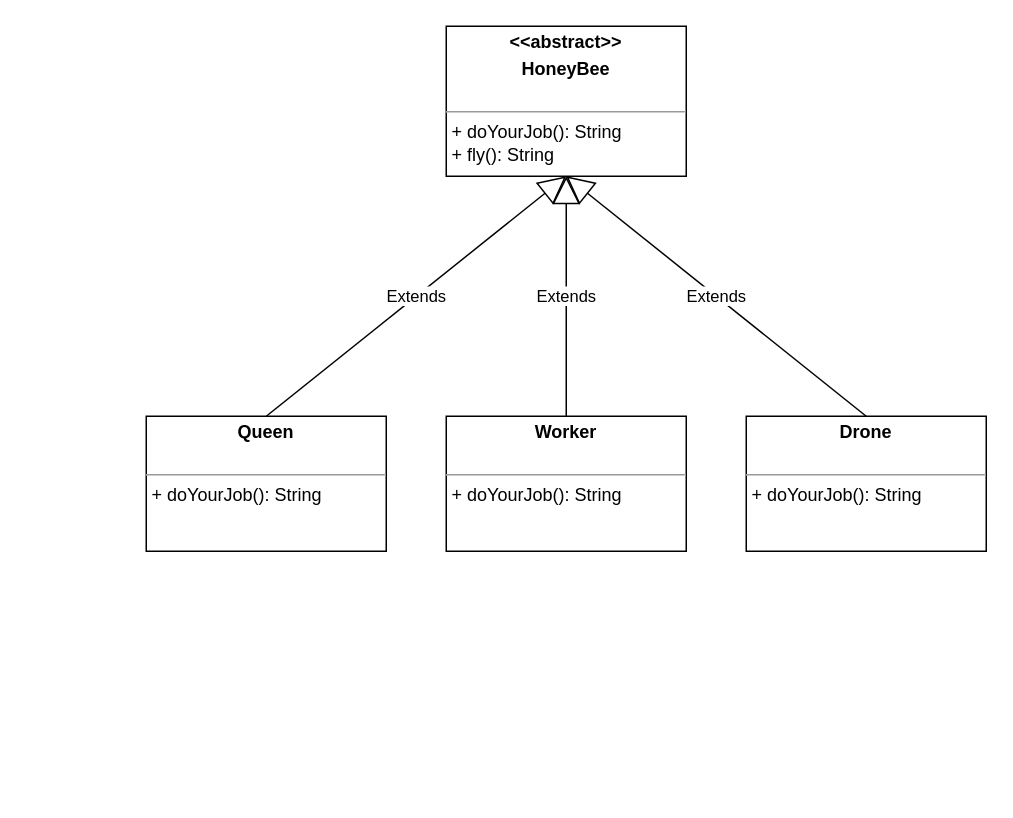
The draw.io diagram page "HoneyBee_2" (2 of 2) of honeybee.drawio in Indu1284/08_Interfaces, before the edit. Source tidied: cells renumbered, new cells numbered last; positions are measured from the earlier drawing's top-left corner, leaving out a move shared by most shapes. Both pictures are drawn from the tidied source at 150%, with x=0, y=0 at pixel (146, 26).
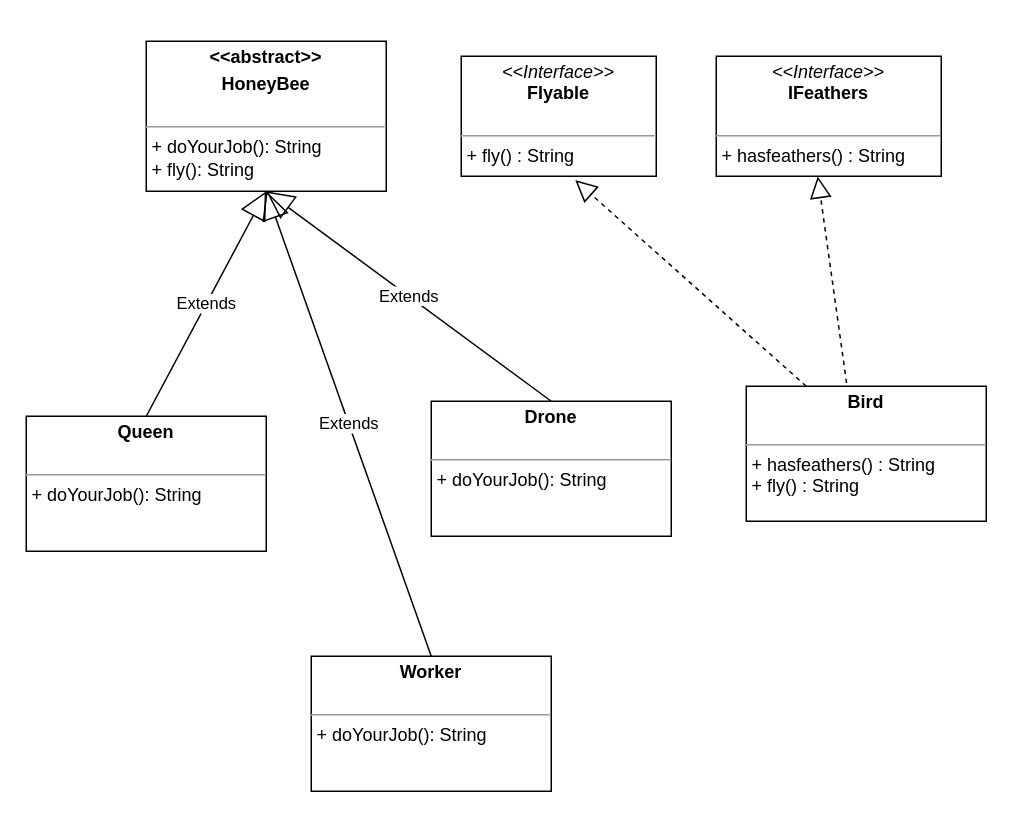
The same page after the edit.

The edit, as a diff of the source:
```diff
@@
 <mxGraphModel>
   <root>
     <mxCell id="0" />
     <mxCell id="1" parent="0" />
     <mxCell id="2" value="&lt;p style=&quot;margin: 0px ; margin-top: 4px ; text-align: center&quot;&gt;&lt;b&gt;&amp;lt;&amp;lt;abstract&amp;gt;&amp;gt;&lt;/b&gt;&lt;/p&gt;&lt;p style=&quot;margin: 0px ; margin-top: 4px ; text-align: center&quot;&gt;&lt;b&gt;HoneyBee&lt;/b&gt;&lt;/p&gt;&lt;p style=&quot;margin: 0px ; margin-left: 4px&quot;&gt;&lt;br&gt;&lt;/p&gt;&lt;hr size=&quot;1&quot;&gt;&lt;p style=&quot;margin: 0px ; margin-left: 4px&quot;&gt;+ doYourJob(): String&lt;/p&gt;&lt;p style=&quot;margin: 0px ; margin-left: 4px&quot;&gt;+ fly(): String&lt;/p&gt;" style="verticalAlign=top;align=left;overflow=fill;fontSize=12;fontFamily=Helvetica;html=1;" parent="1" vertex="1">
-      <mxGeometry x="200" width="160" height="100" as="geometry" />
+      <mxGeometry y="10" width="160" height="100" as="geometry" />
     </mxCell>
     <mxCell id="3" value="&lt;p style=&quot;margin: 0px ; margin-top: 4px ; text-align: center&quot;&gt;&lt;b&gt;Queen&lt;/b&gt;&lt;/p&gt;&lt;p style=&quot;margin: 0px ; margin-left: 4px&quot;&gt;&lt;br&gt;&lt;/p&gt;&lt;hr size=&quot;1&quot;&gt;&lt;p style=&quot;margin: 0px ; margin-left: 4px&quot;&gt;+ doYourJob(): String&lt;br&gt;&lt;/p&gt;" style="verticalAlign=top;align=left;overflow=fill;fontSize=12;fontFamily=Helvetica;html=1;" parent="1" vertex="1">
-      <mxGeometry y="260" width="160" height="90" as="geometry" />
+      <mxGeometry x="-80" y="260" width="160" height="90" as="geometry" />
     </mxCell>
     <mxCell id="4" value="Extends" style="endArrow=block;endSize=16;endFill=0;html=1;exitX=0.5;exitY=0;exitDx=0;exitDy=0;entryX=0.5;entryY=1;entryDx=0;entryDy=0;" parent="1" edge="1" source="3" target="2">
       <mxGeometry relative="1" as="geometry" />
     </mxCell>
     <mxCell id="5" value="&lt;p style=&quot;margin: 0px ; margin-top: 4px ; text-align: center&quot;&gt;&lt;b&gt;Worker&lt;/b&gt;&lt;/p&gt;&lt;p style=&quot;margin: 0px ; margin-left: 4px&quot;&gt;&lt;br&gt;&lt;/p&gt;&lt;hr size=&quot;1&quot;&gt;&lt;p style=&quot;margin: 0px ; margin-left: 4px&quot;&gt;+ doYourJob(): String&lt;br&gt;&lt;/p&gt;" style="verticalAlign=top;align=left;overflow=fill;fontSize=12;fontFamily=Helvetica;html=1;" parent="1" vertex="1">
-      <mxGeometry x="200" y="260" width="160" height="90" as="geometry" />
+      <mxGeometry x="110" y="420" width="160" height="90" as="geometry" />
     </mxCell>
     <mxCell id="6" value="&lt;p style=&quot;margin: 0px ; margin-top: 4px ; text-align: center&quot;&gt;&lt;b&gt;Drone&lt;/b&gt;&lt;/p&gt;&lt;p style=&quot;margin: 0px ; margin-left: 4px&quot;&gt;&lt;br&gt;&lt;/p&gt;&lt;hr size=&quot;1&quot;&gt;&lt;p style=&quot;margin: 0px ; margin-left: 4px&quot;&gt;+ doYourJob(): String&lt;br&gt;&lt;/p&gt;" style="verticalAlign=top;align=left;overflow=fill;fontSize=12;fontFamily=Helvetica;html=1;" parent="1" vertex="1">
-      <mxGeometry x="400" y="260" width="160" height="90" as="geometry" />
+      <mxGeometry x="190" y="250" width="160" height="90" as="geometry" />
     </mxCell>
     <mxCell id="7" value="Extends" style="endArrow=block;endSize=16;endFill=0;html=1;exitX=0.5;exitY=0;exitDx=0;exitDy=0;entryX=0.5;entryY=1;entryDx=0;entryDy=0;" parent="1" edge="1" source="5" target="2">
       <mxGeometry relative="1" as="geometry" />
     </mxCell>
     <mxCell id="8" value="Extends" style="endArrow=block;endSize=16;endFill=0;html=1;exitX=0.5;exitY=0;exitDx=0;exitDy=0;entryX=0.5;entryY=1;entryDx=0;entryDy=0;" parent="1" edge="1" source="6" target="2">
       <mxGeometry relative="1" as="geometry" />
     </mxCell>
+    <mxCell id="9" value="&lt;p style=&quot;margin: 0px ; margin-top: 4px ; text-align: center&quot;&gt;&lt;i&gt;&amp;lt;&amp;lt;Interface&amp;gt;&amp;gt;&lt;/i&gt;&lt;br&gt;&lt;b&gt;Flyable&lt;/b&gt;&lt;/p&gt;&lt;p style=&quot;margin: 0px ; margin-left: 4px&quot;&gt;&lt;br&gt;&lt;/p&gt;&lt;hr size=&quot;1&quot;&gt;&lt;p style=&quot;margin: 0px ; margin-left: 4px&quot;&gt;+ fly() : String&lt;/p&gt;" style="verticalAlign=top;align=left;overflow=fill;fontSize=12;fontFamily=Helvetica;html=1;" parent="1" vertex="1">
+      <mxGeometry x="210" y="20" width="130" height="80" as="geometry" />
+    </mxCell>
+    <mxCell id="10" value="&lt;p style=&quot;margin: 0px ; margin-top: 4px ; text-align: center&quot;&gt;&lt;b&gt;Bird&lt;/b&gt;&lt;/p&gt;&lt;p style=&quot;margin: 0px ; margin-left: 4px&quot;&gt;&lt;br&gt;&lt;/p&gt;&lt;hr size=&quot;1&quot;&gt;&lt;p style=&quot;margin: 0px ; margin-left: 4px&quot;&gt;+ hasfeathers() : String&lt;/p&gt;&lt;p style=&quot;margin: 0px ; margin-left: 4px&quot;&gt;+ fly() : String&lt;/p&gt;" style="verticalAlign=top;align=left;overflow=fill;fontSize=12;fontFamily=Helvetica;html=1;" parent="1" vertex="1">
+      <mxGeometry x="400" y="240" width="160" height="90" as="geometry" />
+    </mxCell>
+    <mxCell id="11" value="&lt;p style=&quot;margin: 0px ; margin-top: 4px ; text-align: center&quot;&gt;&lt;i&gt;&amp;lt;&amp;lt;Interface&amp;gt;&amp;gt;&lt;/i&gt;&lt;br&gt;&lt;b&gt;IFeathers&lt;/b&gt;&lt;/p&gt;&lt;p style=&quot;margin: 0px ; margin-left: 4px&quot;&gt;&lt;br&gt;&lt;/p&gt;&lt;hr size=&quot;1&quot;&gt;&lt;p style=&quot;margin: 0px ; margin-left: 4px&quot;&gt;+ hasfeathers() : String&lt;/p&gt;" style="verticalAlign=top;align=left;overflow=fill;fontSize=12;fontFamily=Helvetica;html=1;" parent="1" vertex="1">
+      <mxGeometry x="380" y="20" width="150" height="80" as="geometry" />
+    </mxCell>
+    <mxCell id="12" style="endArrow=block;dashed=1;endFill=0;endSize=12;html=1;entryX=0.585;entryY=1.033;entryDx=0;entryDy=0;entryPerimeter=0;exitX=0.25;exitY=0;exitDx=0;exitDy=0;" parent="1" edge="1" source="10" target="9">
+      <mxGeometry relative="1" as="geometry" />
+    </mxCell>
+    <mxCell id="13" style="endArrow=block;dashed=1;endFill=0;endSize=12;html=1;exitX=0.418;exitY=-0.024;exitDx=0;exitDy=0;entryX=0.451;entryY=1.002;entryDx=0;entryDy=0;entryPerimeter=0;exitPerimeter=0;" parent="1" edge="1" source="10" target="11">
+      <mxGeometry relative="1" as="geometry" />
+    </mxCell>
   </root>
 </mxGraphModel>
```
